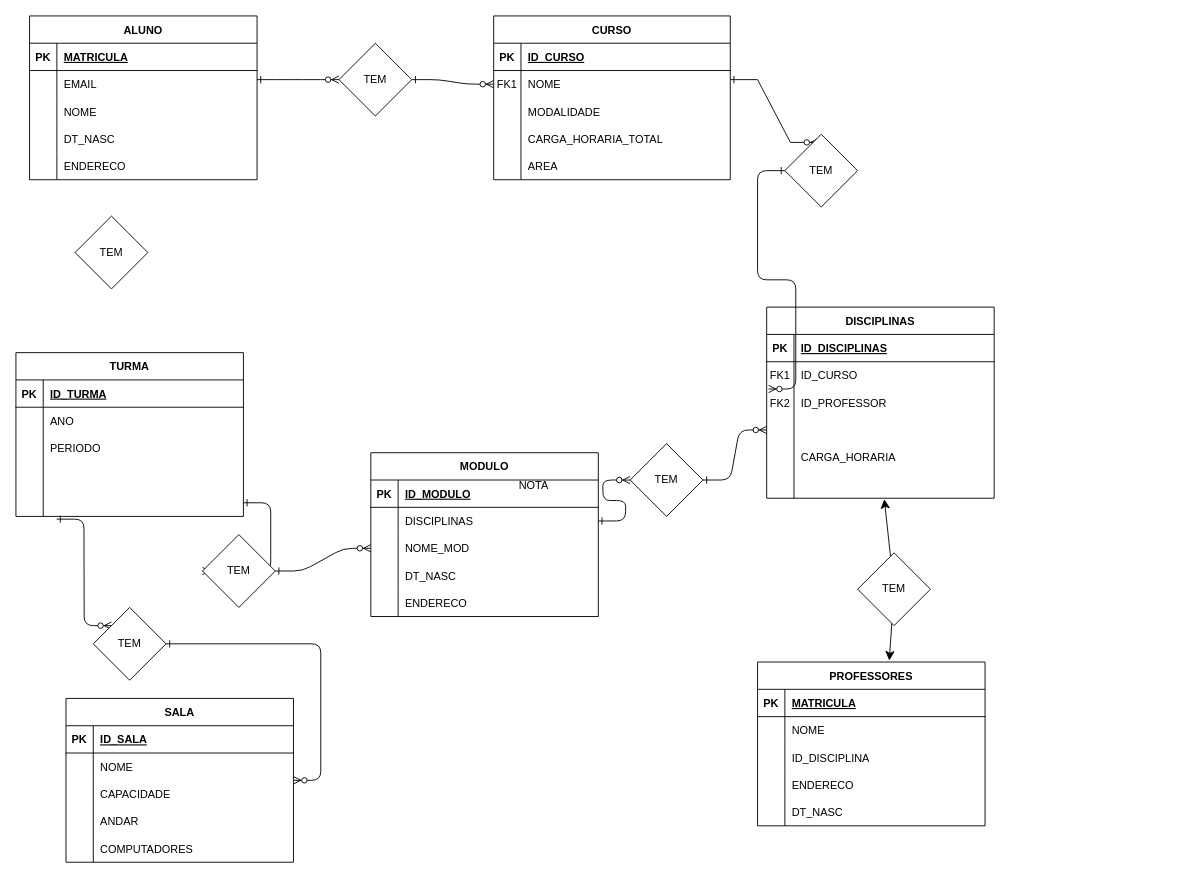
The draw.io diagram Diagrama sem nome.drawio in adrianopspadilha/BDR-W, before the edit. Source tidied: cells renumbered, new cells numbered last; positions are measured from the earlier drawing's top-left corner, leaving out a move shared by most shapes. Both pictures are drawn from the tidied source at 91%, with x=0, y=0 at pixel (15, 15).
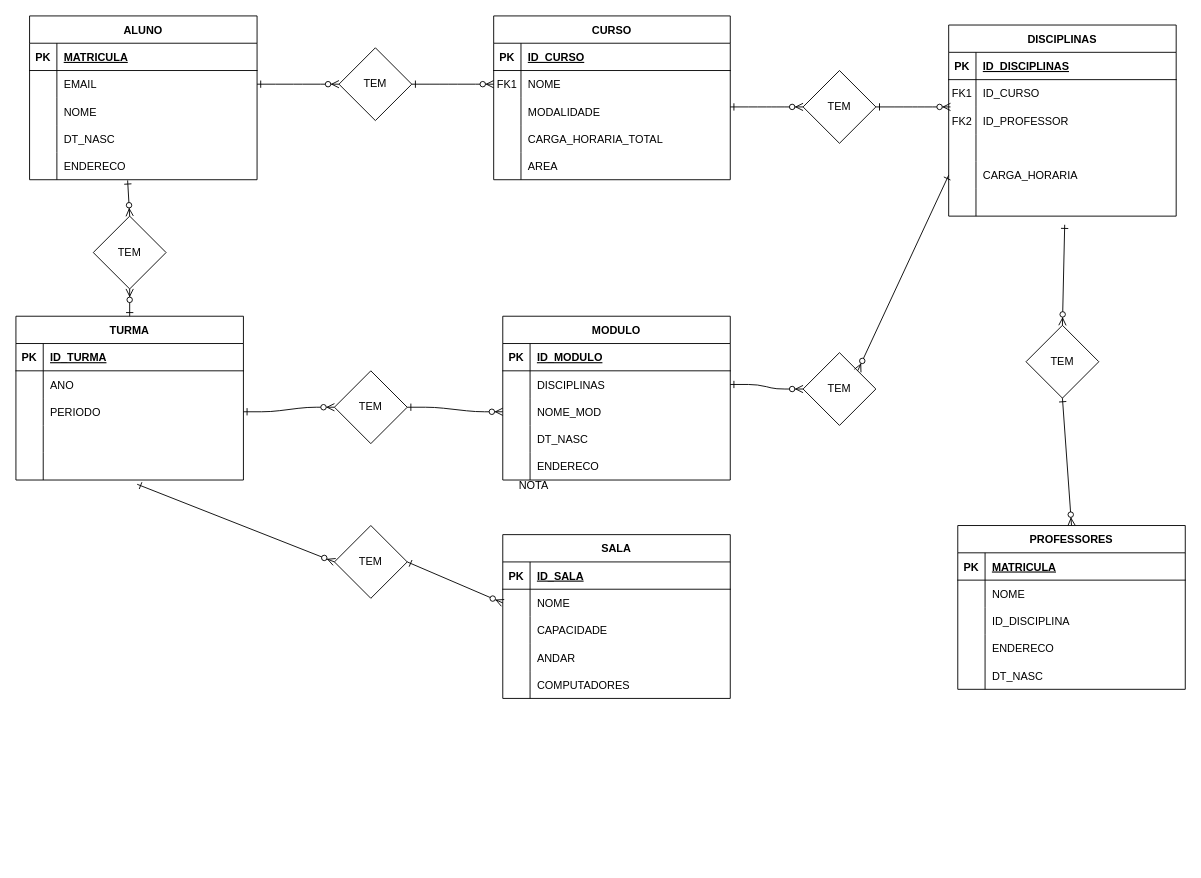
After the change.

The change refers to these unchanged cells:
```xml
<mxCell id="30" style="shape=partialRectangle;fillColor=none;points=[[0,0.5],[1,0.5]];portConstraint=eastwest;top=0;left=0;right=0;bottom=0;" parent="20" vertex="1">
  <mxGeometry y="120" width="250" height="30" as="geometry" />
</mxCell>
<mxCell id="33" style="shape=partialRectangle;fillColor=none;points=[[0,0.5],[1,0.5]];portConstraint=eastwest;top=0;left=0;right=0;bottom=0;" parent="20" vertex="1">
  <mxGeometry y="150" width="250" height="30" as="geometry" />
</mxCell>
<mxCell id="36" style="shape=partialRectangle;fillColor=none;points=[[0,0.5],[1,0.5]];portConstraint=eastwest;top=0;left=0;right=0;bottom=0;" parent="20" vertex="1">
  <mxGeometry y="180" width="250" height="30" as="geometry" />
</mxCell>
<mxCell id="43" style="shape=partialRectangle;fillColor=none;points=[[0,0.5],[1,0.5]];portConstraint=eastwest;top=0;left=0;right=0;bottom=0;" parent="39" vertex="1">
  <mxGeometry y="60" width="250" height="30" as="geometry" />
</mxCell>
<mxCell id="52" style="shape=partialRectangle;fillColor=none;points=[[0,0.5],[1,0.5]];portConstraint=eastwest;top=0;left=0;right=0;bottom=0;" parent="39" vertex="1">
  <mxGeometry y="150" width="250" height="30" as="geometry" />
</mxCell>
<mxCell id="79" style="shape=partialRectangle;fillColor=none;points=[[0,0.5],[1,0.5]];portConstraint=eastwest;top=0;left=0;right=0;bottom=0;" parent="72" vertex="1">
  <mxGeometry y="90" width="250" height="30" as="geometry" />
</mxCell>
<mxCell id="85" style="shape=partialRectangle;fillColor=none;points=[[0,0.5],[1,0.5]];portConstraint=eastwest;top=0;left=0;right=0;bottom=0;" parent="72" vertex="1">
  <mxGeometry y="150" width="250" height="30" as="geometry" />
</mxCell>
<mxCell id="94" style="shape=partialRectangle;fillColor=none;points=[[0,0.5],[1,0.5]];portConstraint=eastwest;top=0;left=0;right=0;bottom=0;" parent="90" vertex="1">
  <mxGeometry y="60" width="250" height="30" as="geometry" />
</mxCell>
```

What changed in the source:
```diff
@@
     <mxCell id="20" value="DISCIPLINAS" style="shape=table;startSize=30;childLayout=tableLayout;rowLines=0;fontStyle=1;align=center;" parent="1" vertex="1">
-      <mxGeometry x="825" y="321" width="250" height="210" as="geometry" />
+      <mxGeometry x="1025" y="11" width="250" height="210" as="geometry" />
     </mxCell>
@@
     <mxCell id="55" value="MODULO" style="shape=table;startSize=30;childLayout=tableLayout;rowLines=0;fontStyle=1;align=center;" parent="1" vertex="1">
-      <mxGeometry x="390" y="481" width="250" height="180" as="geometry" />
+      <mxGeometry x="535" y="331" width="250" height="180" as="geometry" />
     </mxCell>
@@
     <mxCell id="72" value="TURMA" style="shape=table;startSize=30;childLayout=tableLayout;rowLines=0;fontStyle=1;align=center;" parent="1" vertex="1">
-      <mxGeometry y="371" width="250" height="180" as="geometry" />
+      <mxGeometry y="331" width="250" height="180" as="geometry" />
     </mxCell>
@@
-    <mxCell id="88" style="edgeStyle=entityRelationEdgeStyle;endArrow=ERzeroToMany;startArrow=ERone;endFill=1;startFill=0;exitX=1;exitY=0.5;exitDx=0;exitDy=0;entryX=0;entryY=0.5;entryDx=0;entryDy=0;" parent="1" edge="1" source="127" target="30">
-      <mxGeometry relative="1" as="geometry">
-        <Array as="points">
-          <mxPoint x="745" y="321" />
-        </Array>
-      </mxGeometry>
-    </mxCell>
@@
     <mxCell id="90" value="SALA" style="shape=table;startSize=30;childLayout=tableLayout;rowLines=0;fontStyle=1;align=center;" parent="1" vertex="1">
-      <mxGeometry x="55" y="751" width="250" height="180" as="geometry" />
+      <mxGeometry x="535" y="571" width="250" height="180" as="geometry" />
     </mxCell>
@@
     <mxCell id="106" value="PROFESSORES" style="shape=table;startSize=30;childLayout=tableLayout;rowLines=0;fontStyle=1;align=center;" parent="1" vertex="1">
-      <mxGeometry x="815" y="711" width="250" height="180" as="geometry" />
+      <mxGeometry x="1035" y="561" width="250" height="180" as="geometry" />
     </mxCell>
@@
-    <mxCell id="122" style="edgeStyle=entityRelationEdgeStyle;endArrow=ERzeroToMany;startArrow=ERone;endFill=1;startFill=0;exitX=1.015;exitY=0.033;exitDx=0;exitDy=0;exitPerimeter=0;entryX=0.5;entryY=0;entryDx=0;entryDy=0;rounded=0;" parent="1" edge="1">
-      <mxGeometry relative="1" as="geometry">
-        <mxPoint x="785" y="71" as="sourcePoint" />
-        <mxPoint x="881.1" y="140" as="targetPoint" />
-        <Array as="points">
-          <mxPoint x="1022.1" y="3" />
-          <mxPoint x="891.1" />
-          <mxPoint x="881.1" y="20" />
-          <mxPoint x="862.1" y="73" />
-          <mxPoint x="892.1" y="3" />
-          <mxPoint x="892.1" y="13" />
-          <mxPoint x="892.1" y="13" />
-        </Array>
-      </mxGeometry>
-    </mxCell>
     <mxCell id="123" value="TEM" style="rhombus;whiteSpace=wrap;html=1;" parent="1" vertex="1">
-      <mxGeometry x="845" y="131" width="80" height="80" as="geometry" />
+      <mxGeometry x="865" y="61" width="80" height="80" as="geometry" />
     </mxCell>
-    <mxCell id="124" style="edgeStyle=entityRelationEdgeStyle;endArrow=ERzeroToMany;startArrow=ERone;endFill=1;startFill=0;entryX=0;entryY=0.5;entryDx=0;entryDy=0;" parent="1" edge="1" source="85" target="125">
+    <mxCell id="124" style="edgeStyle=entityRelationEdgeStyle;endArrow=ERzeroToMany;startArrow=ERone;endFill=1;startFill=0;entryX=0;entryY=0.5;entryDx=0;entryDy=0;exitX=1;exitY=0.5;exitDx=0;exitDy=0;" parent="1" edge="1" source="79" target="125">
       <mxGeometry relative="1" as="geometry" />
     </mxCell>
     <mxCell id="125" value="TEM" style="rhombus;whiteSpace=wrap;html=1;" parent="1" vertex="1">
-      <mxGeometry x="205" y="571" width="80" height="80" as="geometry" />
+      <mxGeometry x="350" y="391" width="80" height="80" as="geometry" />
     </mxCell>
@@
     <mxCell id="127" value="TEM" style="rhombus;whiteSpace=wrap;html=1;" parent="1" vertex="1">
-      <mxGeometry x="675" y="471" width="80" height="80" as="geometry" />
+      <mxGeometry x="865" y="371" width="80" height="80" as="geometry" />
     </mxCell>
-    <mxCell id="128" style="edgeStyle=entityRelationEdgeStyle;endArrow=ERzeroToMany;startArrow=ERone;endFill=1;startFill=0;" parent="1" edge="1" source="130" target="90">
-      <mxGeometry relative="1" as="geometry" />
-    </mxCell>
-    <mxCell id="129" style="edgeStyle=entityRelationEdgeStyle;endArrow=ERzeroToMany;startArrow=ERone;endFill=1;startFill=0;entryX=0;entryY=0;entryDx=0;entryDy=0;exitX=0.179;exitY=1.1;exitDx=0;exitDy=0;exitPerimeter=0;" parent="1" edge="1" source="85" target="130">
+    <mxCell id="129" style="endArrow=ERzeroToMany;startArrow=ERone;endFill=1;startFill=0;rounded=0;exitX=0.533;exitY=1.156;exitDx=0;exitDy=0;exitPerimeter=0;entryX=0;entryY=0.5;entryDx=0;entryDy=0;" parent="1" edge="1" source="85" target="130">
       <mxGeometry relative="1" as="geometry" />
     </mxCell>
     <mxCell id="130" value="TEM" style="rhombus;whiteSpace=wrap;html=1;" parent="1" vertex="1">
-      <mxGeometry x="85" y="651" width="80" height="80" as="geometry" />
+      <mxGeometry x="350" y="561" width="80" height="80" as="geometry" />
     </mxCell>
-    <mxCell id="131" style="edgeStyle=none;jettySize=auto;html=1;endArrow=classic;startArrow=classic;endSize=8;startSize=8;rounded=0;entryX=0.517;entryY=1.033;entryDx=0;entryDy=0;entryPerimeter=0;exitX=0.579;exitY=-0.009;exitDx=0;exitDy=0;exitPerimeter=0;" parent="1" edge="1" source="106" target="36">
-      <mxGeometry relative="1" as="geometry">
-        <Array as="points">
-          <mxPoint x="965" y="631" />
-        </Array>
-      </mxGeometry>
-    </mxCell>
-    <mxCell id="132" value="TEM" style="rhombus;whiteSpace=wrap;html=1;" parent="1" vertex="1">
-      <mxGeometry x="925" y="591" width="80" height="80" as="geometry" />
-    </mxCell>
     <mxCell id="133" value="TEM" style="rhombus;whiteSpace=wrap;html=1;" parent="1" vertex="1">
-      <mxGeometry x="65" y="221" width="80" height="80" as="geometry" />
+      <mxGeometry x="85" y="221" width="80" height="80" as="geometry" />
     </mxCell>
-    <mxCell id="134" style="edgeStyle=entityRelationEdgeStyle;endArrow=ERzeroToMany;startArrow=ERone;endFill=1;startFill=0;exitX=1;exitY=0.5;exitDx=0;exitDy=0;" parent="1" edge="1" target="135">
+    <mxCell id="134" style="edgeStyle=entityRelationEdgeStyle;endArrow=ERzeroToMany;startArrow=ERone;endFill=1;startFill=0;exitX=1;exitY=0.5;exitDx=0;exitDy=0;entryX=0;entryY=0.5;entryDx=0;entryDy=0;" parent="1" edge="1" source="43" target="135">
       <mxGeometry relative="1" as="geometry">
-        <mxPoint x="265" y="71" as="sourcePoint" />
         <Array as="points">
           <mxPoint x="355" y="71" />
         </Array>
       </mxGeometry>
     </mxCell>
     <mxCell id="135" value="TEM" style="rhombus;whiteSpace=wrap;html=1;" parent="1" vertex="1">
-      <mxGeometry x="355" y="31" width="80" height="80" as="geometry" />
+      <mxGeometry x="355" y="36" width="80" height="80" as="geometry" />
     </mxCell>
+    <mxCell id="136" style="endArrow=ERzeroToMany;startArrow=ERone;endFill=1;startFill=0;exitX=0.431;exitY=1.025;exitDx=0;exitDy=0;exitPerimeter=0;entryX=0.5;entryY=0;entryDx=0;entryDy=0;" parent="1" edge="1" source="52" target="133">
+      <mxGeometry relative="1" as="geometry" />
+    </mxCell>
+    <mxCell id="137" style="endArrow=ERzeroToMany;startArrow=ERone;endFill=1;startFill=0;entryX=0.5;entryY=1;entryDx=0;entryDy=0;exitX=0.5;exitY=0;exitDx=0;exitDy=0;" parent="1" edge="1" source="72" target="133">
+      <mxGeometry relative="1" as="geometry" />
+    </mxCell>
+    <mxCell id="132" value="TEM" style="rhombus;whiteSpace=wrap;html=1;" parent="1" vertex="1">
+      <mxGeometry x="1110" y="341" width="80" height="80" as="geometry" />
+    </mxCell>
+    <mxCell id="138" style="endArrow=ERzeroToMany;startArrow=ERone;endFill=1;startFill=0;rounded=0;entryX=0;entryY=0.5;entryDx=0;entryDy=0;exitX=1;exitY=0.5;exitDx=0;exitDy=0;" parent="1" edge="1" source="130" target="94">
+      <mxGeometry relative="1" as="geometry" />
+    </mxCell>
+    <mxCell id="139" style="endArrow=ERzeroToMany;startArrow=ERone;endFill=1;startFill=0;rounded=0;exitX=0.51;exitY=1.317;exitDx=0;exitDy=0;exitPerimeter=0;entryX=0.5;entryY=0;entryDx=0;entryDy=0;" parent="1" edge="1" source="36" target="132">
+      <mxGeometry relative="1" as="geometry" />
+    </mxCell>
+    <mxCell id="140" style="endArrow=ERzeroToMany;startArrow=ERone;endFill=1;startFill=0;rounded=0;exitX=0.5;exitY=1;exitDx=0;exitDy=0;entryX=0.5;entryY=0;entryDx=0;entryDy=0;" parent="1" edge="1" source="132" target="106">
+      <mxGeometry relative="1" as="geometry" />
+    </mxCell>
+    <mxCell id="141" style="endArrow=ERzeroToMany;startArrow=ERone;endFill=1;startFill=0;rounded=0;entryX=1;entryY=0;entryDx=0;entryDy=0;exitX=0;exitY=0.5;exitDx=0;exitDy=0;" parent="1" edge="1" source="33" target="127">
+      <mxGeometry relative="1" as="geometry" />
+    </mxCell>
+    <mxCell id="142" style="edgeStyle=entityRelationEdgeStyle;endArrow=ERzeroToMany;startArrow=ERone;endFill=1;startFill=0;entryX=0;entryY=0.5;entryDx=0;entryDy=0;" parent="1" edge="1" target="123">
+      <mxGeometry relative="1" as="geometry">
+        <mxPoint x="785" y="101" as="sourcePoint" />
+        <Array as="points">
+          <mxPoint x="765" y="276" />
+          <mxPoint x="925" y="256" />
+          <mxPoint x="925" y="186" />
+          <mxPoint x="775" y="346" />
+          <mxPoint x="815" y="396" />
+          <mxPoint x="785" y="346" />
+          <mxPoint x="865" y="186" />
+          <mxPoint x="805" y="396" />
+          <mxPoint x="745" y="456" />
+        </Array>
+      </mxGeometry>
+    </mxCell>
```
